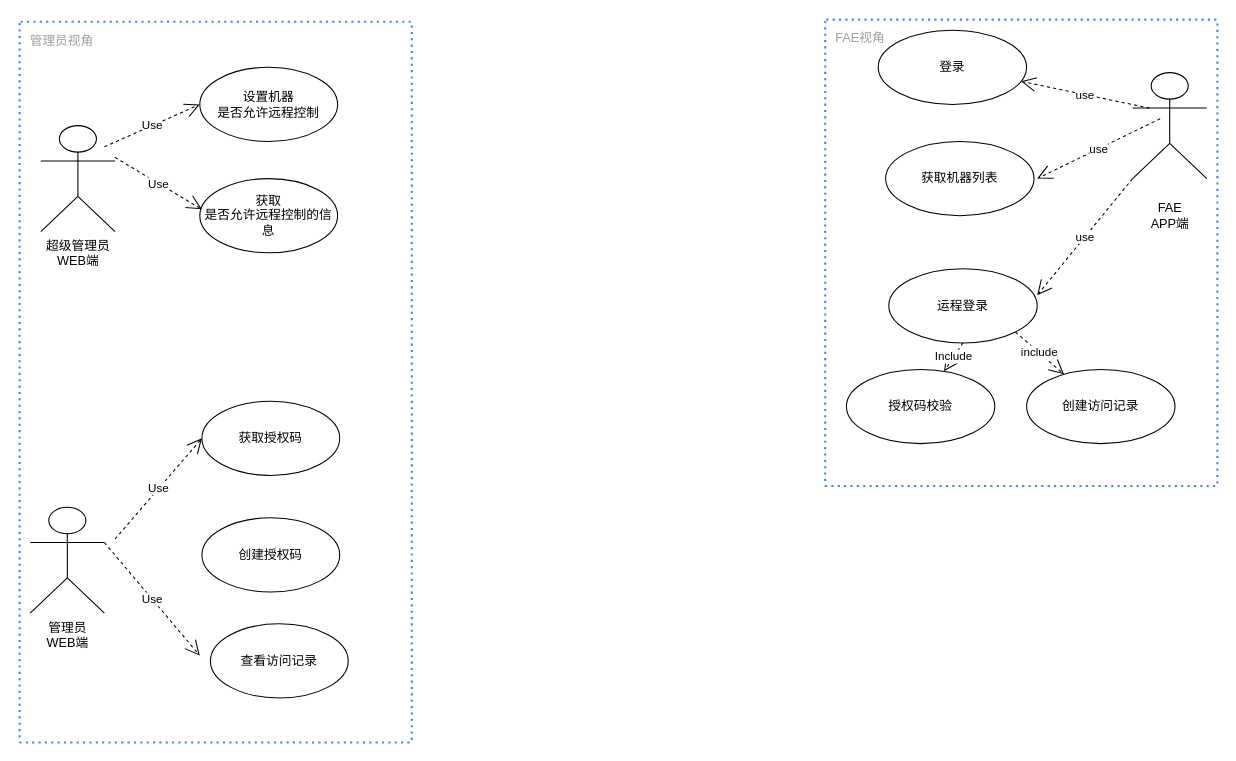
The draw.io diagram craft/Simple_ssh.drawio in feihu618/drawio, before the edit. Source tidied: cells renumbered, new cells numbered last; positions are measured from the earlier drawing's top-left corner, leaving out a move shared by most shapes. Both pictures are drawn from the tidied source at 106%, with x=0, y=0 at pixel (19, 19).
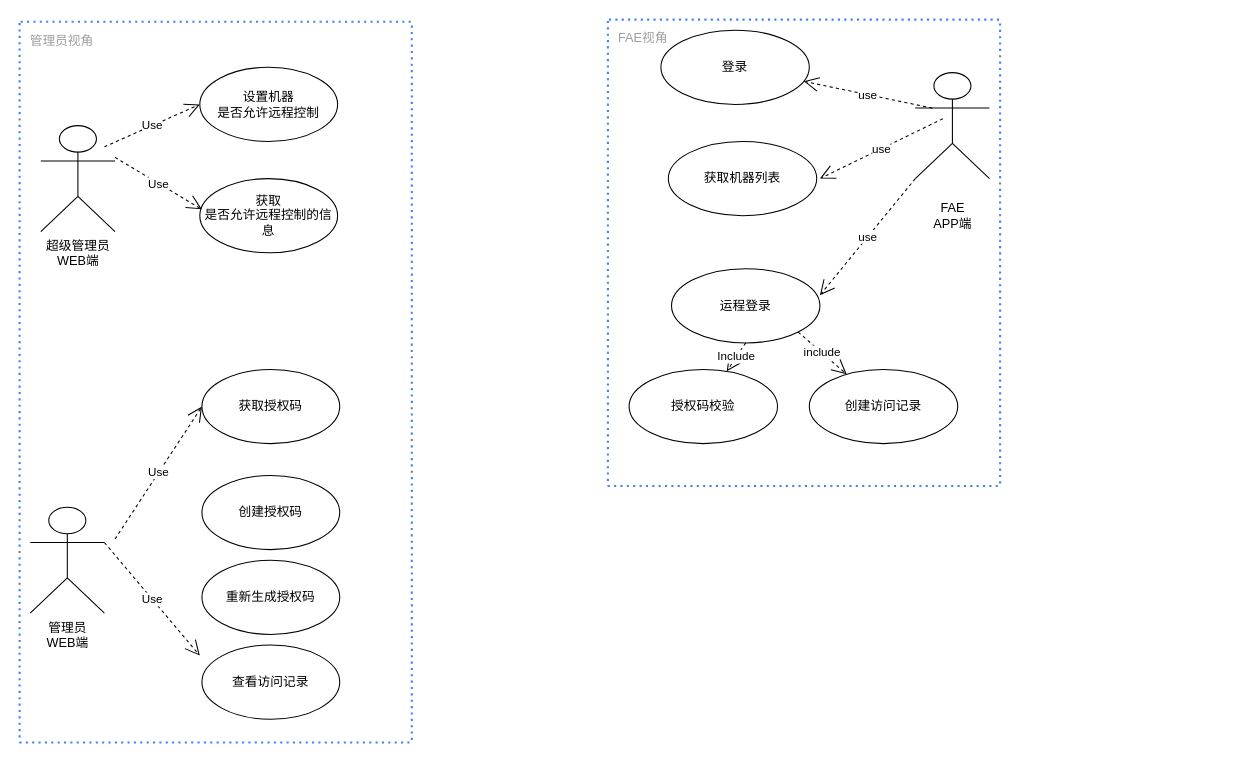
The same page after the edit.

Change to the diagram source:
```diff
@@
     <mxCell id="2" value="FAE视角" style="rounded=1;absoluteArcSize=1;arcSize=2;html=1;strokeColor=none;gradientColor=none;shadow=0;dashed=1;strokeColor=#4284F3;fontSize=12;fontColor=#9E9E9E;align=left;verticalAlign=top;spacing=10;spacingTop=-4;fillColor=none;dashPattern=1 2;strokeWidth=2;" parent="1" vertex="1">
-      <mxGeometry x="760" width="370" height="440" as="geometry" />
+      <mxGeometry x="555" width="370" height="440" as="geometry" />
     </mxCell>
@@
     <mxCell id="6" value="登录" style="ellipse;whiteSpace=wrap;html=1;" parent="1" vertex="1">
-      <mxGeometry x="810" y="10" width="140" height="70" as="geometry" />
+      <mxGeometry x="605" y="10" width="140" height="70" as="geometry" />
     </mxCell>
     <mxCell id="7" value="&lt;br&gt;FAE&lt;br&gt;APP端" style="shape=umlActor;verticalLabelPosition=bottom;verticalAlign=top;html=1;" parent="1" vertex="1">
-      <mxGeometry x="1050" y="50" width="70" height="100" as="geometry" />
+      <mxGeometry x="845" y="50" width="70" height="100" as="geometry" />
     </mxCell>
     <mxCell id="8" value="获取机器列表" style="ellipse;whiteSpace=wrap;html=1;" parent="1" vertex="1">
-      <mxGeometry x="817" y="115" width="140" height="70" as="geometry" />
+      <mxGeometry x="612" y="115" width="140" height="70" as="geometry" />
     </mxCell>
@@
     <mxCell id="10" value="use" style="endArrow=open;endSize=12;dashed=1;html=1;rounded=0;exitX=0.229;exitY=0.335;exitDx=0;exitDy=0;exitPerimeter=0;" parent="1" edge="1">
       <mxGeometry relative="1" as="geometry">
-        <mxPoint x="1076" y="93.5" as="sourcePoint" />
-        <mxPoint x="960" y="150" as="targetPoint" />
+        <mxPoint x="871" y="93.5" as="sourcePoint" />
+        <mxPoint x="755" y="150" as="targetPoint" />
       </mxGeometry>
     </mxCell>
     <mxCell id="11" value="运程登录" style="ellipse;whiteSpace=wrap;html=1;" parent="1" vertex="1">
-      <mxGeometry x="820" y="235" width="140" height="70" as="geometry" />
+      <mxGeometry x="615" y="235" width="140" height="70" as="geometry" />
     </mxCell>
@@
     <mxCell id="14" value="获取授权码" style="ellipse;whiteSpace=wrap;html=1;" parent="1" vertex="1">
-      <mxGeometry x="172" y="360" width="130" height="70" as="geometry" />
+      <mxGeometry x="172" y="330" width="130" height="70" as="geometry" />
     </mxCell>
     <mxCell id="15" value="创建授权码" style="ellipse;whiteSpace=wrap;html=1;" parent="1" vertex="1">
-      <mxGeometry x="172" y="470" width="130" height="70" as="geometry" />
+      <mxGeometry x="172" y="430" width="130" height="70" as="geometry" />
     </mxCell>
@@
     <mxCell id="19" value="查看访问记录" style="ellipse;whiteSpace=wrap;html=1;" parent="1" vertex="1">
-      <mxGeometry x="180" y="570" width="130" height="70" as="geometry" />
+      <mxGeometry x="172" y="590" width="130" height="70" as="geometry" />
     </mxCell>
     <mxCell id="20" value="授权码校验" style="ellipse;whiteSpace=wrap;html=1;" parent="1" vertex="1">
-      <mxGeometry x="780" y="330" width="140" height="70" as="geometry" />
+      <mxGeometry x="575" y="330" width="140" height="70" as="geometry" />
     </mxCell>
     <mxCell id="21" value="创建访问记录" style="ellipse;whiteSpace=wrap;html=1;" parent="1" vertex="1">
-      <mxGeometry x="950" y="330" width="140" height="70" as="geometry" />
+      <mxGeometry x="745" y="330" width="140" height="70" as="geometry" />
     </mxCell>
@@
+    <mxCell id="26" value="重新生成授权码" style="ellipse;whiteSpace=wrap;html=1;" parent="1" vertex="1">
+      <mxGeometry x="172" y="510" width="130" height="70" as="geometry" />
+    </mxCell>
```
